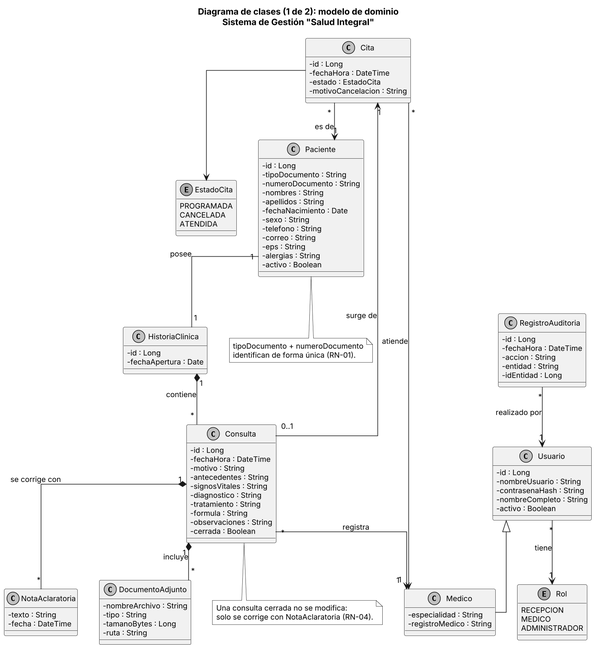
JNACHO2001/consultorio-medico keeps this PlantUML diagram as docs/uml/img/02a_clases_dominio.png. Above is the earlier version. Its diagram source:
```plantuml
@startuml 02a_clases_dominio

skinparam monochrome true
skinparam shadowing false
skinparam dpi 150
skinparam defaultFontSize 12
skinparam classAttributeIconSize 0
skinparam linetype ortho

title Diagrama de clases (1 de 2): modelo de dominio\nSistema de Gestión "Salud Integral"

enum Rol {
  RECEPCION
  MEDICO
  ADMINISTRADOR
}

enum EstadoCita {
  PROGRAMADA
  CANCELADA
  ATENDIDA
}

class Usuario {
  - id : Long
  - nombreUsuario : String
  - contrasenaHash : String
  - nombreCompleto : String
  - activo : Boolean
}

class Medico {
  - especialidad : String
  - registroMedico : String
}

class Paciente {
  - id : Long
  - tipoDocumento : String
  - numeroDocumento : String
  - nombres : String
  - apellidos : String
  - fechaNacimiento : Date
  - sexo : String
  - telefono : String
  - correo : String
  - eps : String
  - alergias : String
  - activo : Boolean
}

class Cita {
  - id : Long
  - fechaHora : DateTime
  - estado : EstadoCita
  - motivoCancelacion : String
}

class HistoriaClinica {
  - id : Long
  - fechaApertura : Date
}

class Consulta {
  - id : Long
  - fechaHora : DateTime
  - motivo : String
  - antecedentes : String
  - signosVitales : String
  - diagnostico : String
  - tratamiento : String
  - formula : String
  - observaciones : String
  - cerrada : Boolean
}

class NotaAclaratoria {
  - texto : String
  - fecha : DateTime
}

class DocumentoAdjunto {
  - nombreArchivo : String
  - tipo : String
  - tamanoBytes : Long
  - ruta : String
}

class RegistroAuditoria {
  - id : Long
  - fechaHora : DateTime
  - accion : String
  - entidad : String
  - idEntidad : Long
}

Usuario <|-- Medico
Usuario "*" --> "1" Rol : tiene

Paciente "1" -- "1" HistoriaClinica : posee
HistoriaClinica "1" *-- "*" Consulta : contiene
Consulta "1" *-- "*" NotaAclaratoria : se corrige con
Consulta "1" *-- "*" DocumentoAdjunto : incluye

Cita "*" --> "1" Paciente : es de
Cita "*" --> "1" Medico : atiende
Cita --> EstadoCita
Consulta "0..1" --> "1" Cita : surge de
Consulta "*" --> "1" Medico : registra

RegistroAuditoria "*" --> "1" Usuario : realizado por

note bottom of Consulta
  Una consulta cerrada no se modifica:
  solo se corrige con NotaAclaratoria (RN-04).
end note

note bottom of Paciente
  tipoDocumento + numeroDocumento
  identifican de forma única (RN-01).
end note

@enduml
```
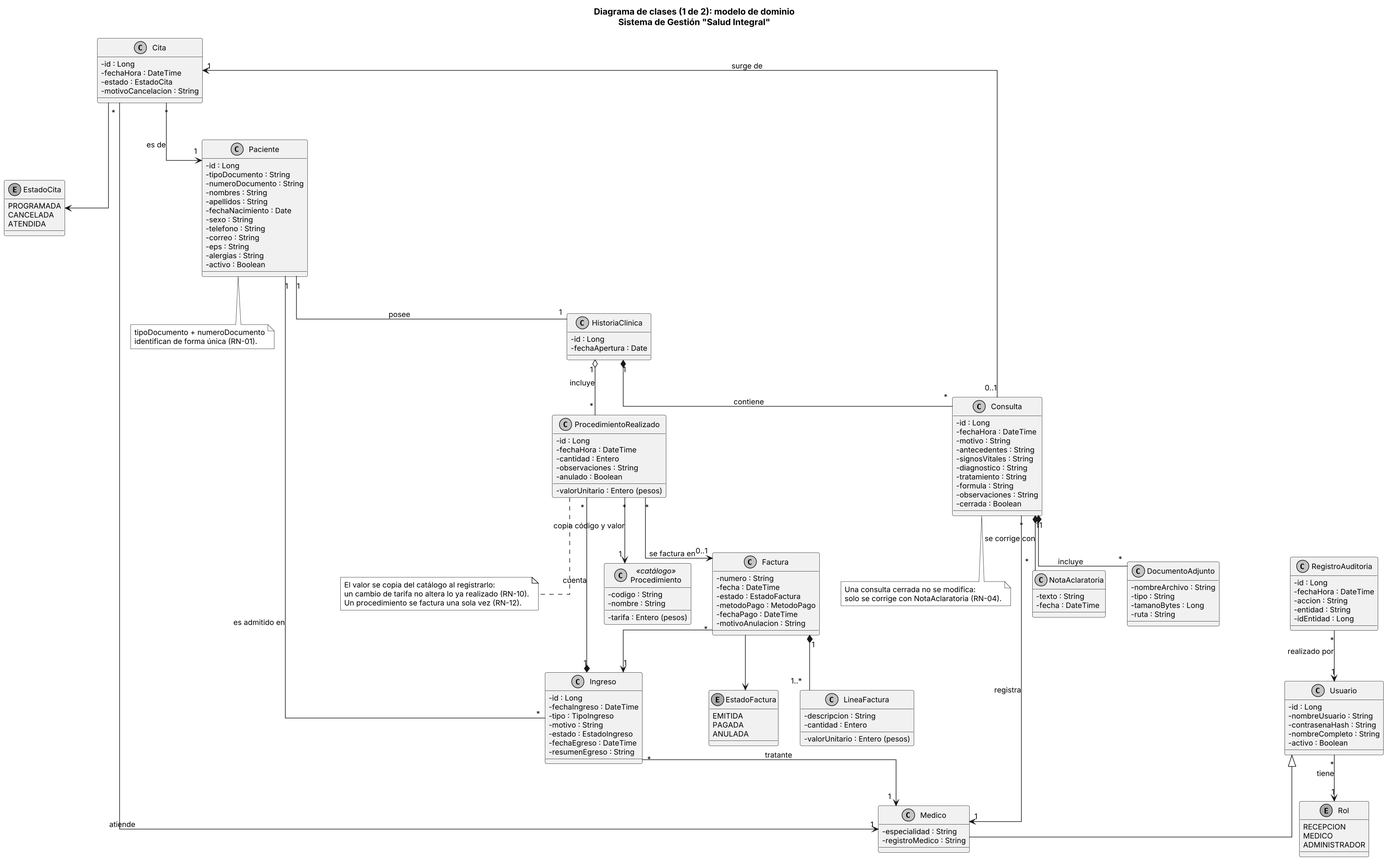
Above is the later version.

Commit message:
docs(uml): imagen PNG de 02a_clases_dominio actualizada

The edit, as a diff of the source:
```diff
@@ -79,6 +79,52 @@
   - fecha : DateTime
 }
 
+class Ingreso {
+  - id : Long
+  - fechaIngreso : DateTime
+  - tipo : TipoIngreso
+  - motivo : String
+  - estado : EstadoIngreso
+  - fechaEgreso : DateTime
+  - resumenEgreso : String
+}
+
+class Procedimiento <<catálogo>> {
+  - codigo : String
+  - nombre : String
+  - tarifa : Entero (pesos)
+}
+
+class ProcedimientoRealizado {
+  - id : Long
+  - fechaHora : DateTime
+  - cantidad : Entero
+  - valorUnitario : Entero (pesos)
+  - observaciones : String
+  - anulado : Boolean
+}
+
+class Factura {
+  - numero : String
+  - fecha : DateTime
+  - estado : EstadoFactura
+  - metodoPago : MetodoPago
+  - fechaPago : DateTime
+  - motivoAnulacion : String
+}
+
+class LineaFactura {
+  - descripcion : String
+  - cantidad : Entero
+  - valorUnitario : Entero (pesos)
+}
+
+enum EstadoFactura {
+  EMITIDA
+  PAGADA
+  ANULADA
+}
+
 class DocumentoAdjunto {
   - nombreArchivo : String
   - tipo : String
@@ -108,11 +154,27 @@
 Consulta "0..1" --> "1" Cita : surge de
 Consulta "*" --> "1" Medico : registra
 
+Paciente "1" -- "*" Ingreso : es admitido en
+Ingreso "*" --> "1" Medico : tratante
+Ingreso "1" *-- "*" ProcedimientoRealizado : cuenta
+HistoriaClinica "1" o-- "*" ProcedimientoRealizado : incluye
+ProcedimientoRealizado "*" --> "1" Procedimiento : copia código y valor
+ProcedimientoRealizado "*" --> "0..1" Factura : se factura en
+Factura "*" --> "1" Ingreso
+Factura "1" *-- "1..*" LineaFactura
+Factura --> EstadoFactura
+
 RegistroAuditoria "*" --> "1" Usuario : realizado por
 
 note bottom of Consulta
   Una consulta cerrada no se modifica:
   solo se corrige con NotaAclaratoria (RN-04).
+end note
+
+note bottom of ProcedimientoRealizado
+  El valor se copia del catálogo al registrarlo:
+  un cambio de tarifa no altera lo ya realizado (RN-10).
+  Un procedimiento se factura una sola vez (RN-12).
 end note
 
 note bottom of Paciente
```
